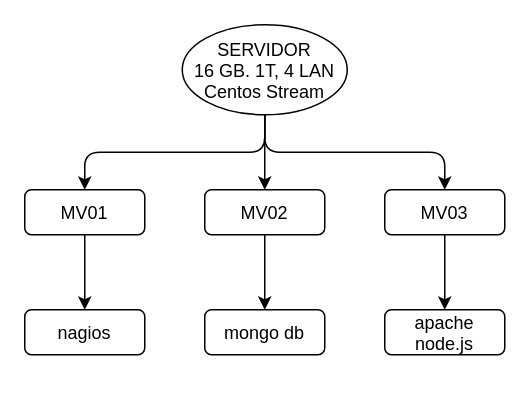
This is page "Servidor" (3 of 6) of drawings/esquemasBasicos.drawio from rjnogales/crm.mio, a draw.io file, before an edit. Source tidied: cells renumbered, new cells numbered last; positions are measured from the earlier drawing's top-left corner, leaving out a move shared by most shapes. Both pictures are drawn from the tidied source at 150%, with x=0, y=0 at pixel (24, 24).
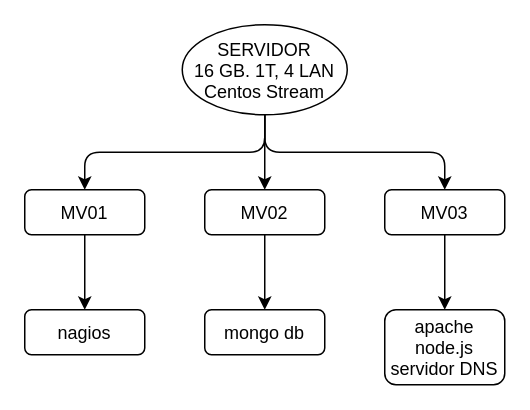
After the change.

What changed in the source:
```diff
@@
 <mxGraphModel>
   <root>
     <mxCell id="0" />
     <mxCell id="1" parent="0" />
     <mxCell id="2" value="SERVIDOR&#10;16 GB. 1T, 4 LAN&#10;Centos Stream" style="ellipse;" parent="1" vertex="1">
       <mxGeometry x="105" width="110" height="60" as="geometry" />
     </mxCell>
     <mxCell id="3" value="MV01" style="rounded=1;" parent="1" vertex="1">
       <mxGeometry y="110" width="80" height="30" as="geometry" />
     </mxCell>
     <mxCell id="4" style="edgeStyle=elbowEdgeStyle;elbow=vertical;" parent="1" edge="1" source="2" target="3">
       <mxGeometry relative="1" as="geometry" />
     </mxCell>
     <mxCell id="5" value="nagios" style="rounded=1;" parent="1" vertex="1">
       <mxGeometry y="190" width="80" height="30" as="geometry" />
     </mxCell>
     <mxCell id="6" style="edgeStyle=elbowEdgeStyle;elbow=vertical;" parent="1" edge="1" source="3" target="5">
       <mxGeometry relative="1" as="geometry" />
     </mxCell>
     <mxCell id="7" value="MV02" style="rounded=1;" parent="1" vertex="1">
       <mxGeometry x="120" y="110" width="80" height="30" as="geometry" />
     </mxCell>
     <mxCell id="8" style="edgeStyle=elbowEdgeStyle;elbow=vertical;" parent="1" edge="1" source="2" target="7">
       <mxGeometry relative="1" as="geometry" />
     </mxCell>
     <mxCell id="9" value="mongo db" style="rounded=1;" parent="1" vertex="1">
       <mxGeometry x="120" y="190" width="80" height="30" as="geometry" />
     </mxCell>
     <mxCell id="10" style="edgeStyle=elbowEdgeStyle;elbow=vertical;" parent="1" edge="1" source="7" target="9">
       <mxGeometry relative="1" as="geometry" />
     </mxCell>
     <mxCell id="11" value="MV03" style="rounded=1;" parent="1" vertex="1">
       <mxGeometry x="240" y="110" width="80" height="30" as="geometry" />
     </mxCell>
     <mxCell id="12" style="edgeStyle=elbowEdgeStyle;elbow=vertical;" parent="1" edge="1" source="2" target="11">
       <mxGeometry relative="1" as="geometry" />
     </mxCell>
-    <mxCell id="13" value="apache&#10;node.js" style="rounded=1;" parent="1" vertex="1">
-      <mxGeometry x="240" y="190" width="80" height="30" as="geometry" />
+    <mxCell id="13" value="apache&#10;node.js&#10;servidor DNS" style="rounded=1;" parent="1" vertex="1">
+      <mxGeometry x="240" y="190" width="80" height="50" as="geometry" />
     </mxCell>
     <mxCell id="14" style="edgeStyle=elbowEdgeStyle;elbow=vertical;" parent="1" edge="1" source="11" target="13">
       <mxGeometry relative="1" as="geometry" />
     </mxCell>
   </root>
 </mxGraphModel>
```
